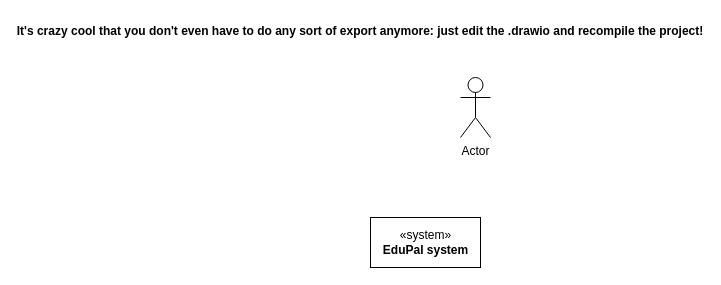
Before: lab4/viewpoints/context/context.drawio in piatrashkakanstantinass/psi2, a draw.io diagram. Source tidied: cells renumbered, new cells numbered last; positions are measured from the earlier drawing's top-left corner, leaving out a move shared by most shapes. Both pictures are drawn from the tidied source at 100%, with x=0, y=0 at pixel (320, 17).
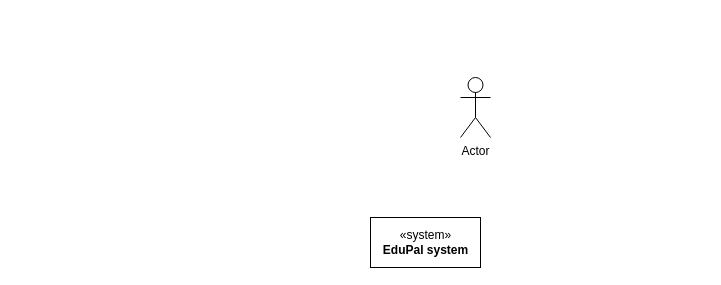
The same diagram, later.

Diff of the diagram source:
```diff
@@
 <mxGraphModel>
   <root>
     <mxCell id="0" />
     <mxCell id="1" parent="0" />
     <mxCell id="2" value="«system»&lt;br&gt;&lt;b&gt;EduPal system&lt;/b&gt;" style="html=1;" parent="1" vertex="1">
       <mxGeometry x="50" y="200" width="110" height="50" as="geometry" />
     </mxCell>
-    <mxCell id="3" value="It's crazy cool that you don't even have to do any sort of export anymore: just edit the .drawio and recompile the project!" style="text;align=center;fontStyle=1;verticalAlign=middle;spacingLeft=3;spacingRight=3;strokeColor=none;" parent="1" vertex="1">
-      <mxGeometry width="80" height="26" as="geometry" />
-    </mxCell>
     <mxCell id="4" value="Actor" style="shape=umlActor;verticalLabelPosition=bottom;verticalAlign=top;html=1;" parent="1" vertex="1">
       <mxGeometry x="140" y="60" width="30" height="60" as="geometry" />
     </mxCell>
   </root>
 </mxGraphModel>
```
